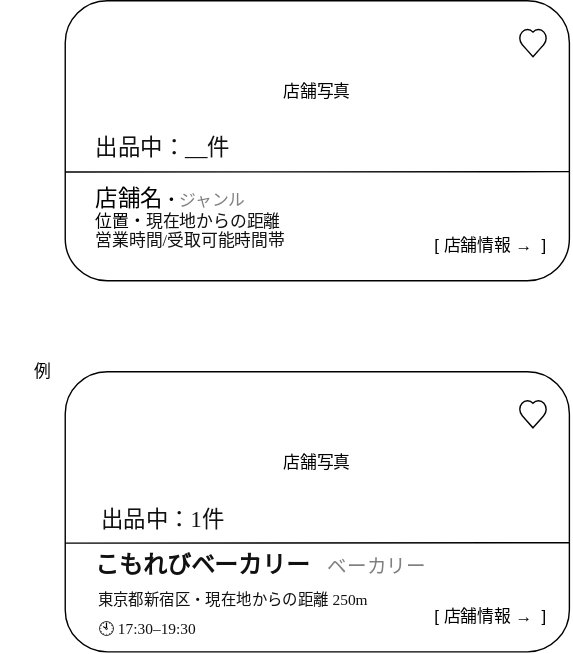
bbudootan/food-loss-graduation-project keeps this draw.io diagram as docs/design/02_wireframes/01_user/01_homepage/v5/store_card.svg. Above is the earlier version. Source tidied: cells renumbered, new cells last; positions are measured from the earlier drawing's top-left corner, leaving out a move shared by most shapes. Source of this version:
```xml
<mxGraphModel>
  <root>
    <mxCell id="0" />
    <mxCell id="1" parent="0" />
    <mxCell id="2" style="rounded=1;whiteSpace=wrap;html=1;roundedPerimeter=1;" parent="1" vertex="1">
      <mxGeometry x="46" width="360" height="200" as="geometry" />
    </mxCell>
    <mxCell id="3" value="店舗写真" style="text;html=1;whiteSpace=wrap;strokeColor=none;fillColor=none;align=center;verticalAlign=middle;rounded=0;" parent="1" vertex="1">
      <mxGeometry x="196" y="50" width="60" height="30" as="geometry" />
    </mxCell>
    <mxCell id="4" value="&lt;font style=&quot;font-size: 16px;&quot;&gt;店舗名&lt;/font&gt;・&lt;span style=&quot;color: rgb(128, 128, 128);&quot;&gt;ジャンル&lt;/span&gt;&lt;div&gt;位置&lt;font&gt;・&lt;span style=&quot;background-color: rgb(255, 255, 255); color: rgb(17, 17, 17); font-family: &amp;quot;Noto Sans JP&amp;quot;;&quot;&gt;現在地からの距離&lt;/span&gt;&lt;/font&gt;&lt;/div&gt;&lt;div&gt;&lt;font&gt;&lt;span style=&quot;background-color: rgb(255, 255, 255); color: rgb(17, 17, 17); font-family: &amp;quot;Noto Sans JP&amp;quot;;&quot;&gt;営業時間/&lt;/span&gt;&lt;/font&gt;&lt;span style=&quot;background-color: rgb(255, 255, 255); color: rgb(17, 17, 17); font-family: &amp;quot;Noto Sans JP&amp;quot;;&quot;&gt;&lt;font&gt;受取可能時間帯&lt;/font&gt;&lt;/span&gt;&lt;/div&gt;" style="text;html=1;whiteSpace=wrap;strokeColor=none;fillColor=none;align=left;verticalAlign=middle;rounded=0;" parent="1" vertex="1">
      <mxGeometry x="66" y="140" width="160" height="30" as="geometry" />
    </mxCell>
    <mxCell id="5" value="&lt;span style=&quot;color: rgb(17, 17, 17); font-family: &amp;quot;Noto Sans JP&amp;quot;; font-size: medium; text-align: start; background-color: rgb(255, 255, 255);&quot;&gt;出品中：__件&lt;/span&gt;" style="text;html=1;whiteSpace=wrap;strokeColor=none;fillColor=none;align=center;verticalAlign=middle;rounded=0;" parent="1" vertex="1">
      <mxGeometry x="66" y="90" width="100" height="30" as="geometry" />
    </mxCell>
    <mxCell id="6" style="verticalLabelPosition=bottom;verticalAlign=top;html=1;shape=mxgraph.basic.heart;" parent="1" vertex="1">
      <mxGeometry x="370" y="20" width="20" height="20" as="geometry" />
    </mxCell>
    <mxCell id="7" value="[ 店舗情報 →&amp;nbsp; ]" style="text;html=1;whiteSpace=wrap;strokeColor=none;fillColor=none;align=center;verticalAlign=middle;rounded=0;" parent="1" vertex="1">
      <mxGeometry x="300" y="160" width="100" height="30" as="geometry" />
    </mxCell>
    <mxCell id="8" style="endArrow=none;html=1;rounded=0;exitX=0.007;exitY=0.61;exitDx=0;exitDy=0;entryX=0.985;entryY=0.607;entryDx=0;entryDy=0;" parent="1" edge="1" source="2" target="2">
      <mxGeometry relative="1" as="geometry" />
    </mxCell>
    <mxCell id="9" style="rounded=1;whiteSpace=wrap;html=1;roundedPerimeter=1;" parent="1" vertex="1">
      <mxGeometry x="46" y="265" width="360" height="200" as="geometry" />
    </mxCell>
    <mxCell id="10" value="店舗写真" style="text;html=1;whiteSpace=wrap;strokeColor=none;fillColor=none;align=center;verticalAlign=middle;rounded=0;" parent="1" vertex="1">
      <mxGeometry x="196" y="315" width="60" height="30" as="geometry" />
    </mxCell>
    <mxCell id="11" value="&lt;h3 style=&quot;box-sizing: border-box; margin: 0px 0px 12px; font-family: &amp;quot;Noto Sans JP&amp;quot;; background-color: rgb(255, 255, 255);&quot;&gt;&lt;font style=&quot;color: light-dark(rgb(17, 17, 17), rgb(223, 223, 223)); font-size: 17px;&quot;&gt;こもれびベーカリー&amp;nbsp; &amp;nbsp;&lt;/font&gt;&lt;span style=&quot;font-weight: normal; color: rgb(128, 128, 128);&quot;&gt;&lt;font style=&quot;font-size: 14px;&quot;&gt;ベーカリー&lt;/font&gt;&lt;/span&gt;&lt;/h3&gt;" style="text;html=1;whiteSpace=wrap;strokeColor=none;fillColor=none;align=left;verticalAlign=middle;rounded=0;autosizeText=1;fontSize=6;" parent="1" vertex="1">
      <mxGeometry x="66" y="395" width="304" height="30" as="geometry" />
    </mxCell>
    <mxCell id="12" value="&lt;span style=&quot;color: rgb(17, 17, 17); font-family: &amp;quot;Noto Sans JP&amp;quot;; font-size: medium; text-align: start; background-color: rgb(255, 255, 255);&quot;&gt;出品中：1件&lt;/span&gt;" style="text;html=1;whiteSpace=wrap;strokeColor=none;fillColor=none;align=center;verticalAlign=middle;rounded=0;" parent="1" vertex="1">
      <mxGeometry x="66" y="355" width="100" height="30" as="geometry" />
    </mxCell>
    <mxCell id="13" style="verticalLabelPosition=bottom;verticalAlign=top;html=1;shape=mxgraph.basic.heart;" parent="1" vertex="1">
      <mxGeometry x="370" y="285" width="20" height="20" as="geometry" />
    </mxCell>
    <mxCell id="14" value="[ 店舗情報 →&amp;nbsp; ]" style="text;html=1;whiteSpace=wrap;strokeColor=none;fillColor=none;align=center;verticalAlign=middle;rounded=0;" parent="1" vertex="1">
      <mxGeometry x="300" y="425" width="100" height="30" as="geometry" />
    </mxCell>
    <mxCell id="15" style="endArrow=none;html=1;rounded=0;exitX=0.007;exitY=0.61;exitDx=0;exitDy=0;entryX=0.985;entryY=0.607;entryDx=0;entryDy=0;" parent="1" edge="1" source="9" target="9">
      <mxGeometry relative="1" as="geometry" />
    </mxCell>
    <mxCell id="16" value="&lt;div style=&quot;font-size: 11px; text-align: left;&quot;&gt;&lt;span style=&quot;color: rgb(128, 128, 128);&quot;&gt;&lt;p style=&quot;box-sizing: border-box; margin: 0px 0px 10px; overflow-wrap: anywhere; color: rgb(17, 17, 17); font-family: &amp;quot;Noto Sans JP&amp;quot;; background-color: rgb(255, 255, 255);&quot;&gt;東京都新宿区・&lt;span style=&quot;background-color: light-dark(rgb(255, 255, 255), rgb(18, 18, 18)); color: light-dark(rgb(17, 17, 17), rgb(223, 223, 223));&quot;&gt;現在地からの距離 250m&lt;/span&gt;&lt;/p&gt;&lt;/span&gt;&lt;/div&gt;" style="text;html=1;whiteSpace=wrap;strokeColor=none;fillColor=none;align=center;verticalAlign=middle;rounded=0;fontSize=14;" parent="1" vertex="1">
      <mxGeometry x="66" y="418" width="200" height="30" as="geometry" />
    </mxCell>
    <mxCell id="17" value="&lt;font face=&quot;Noto Sans JP&quot; style=&quot;font-size: 11px; text-align: left;&quot;&gt;&lt;span style=&quot;background-color: rgb(255, 255, 255);&quot;&gt;🕙 &lt;/span&gt;&lt;/font&gt;&lt;span style=&quot;font-size: 11px; text-align: left; background-color: rgb(255, 255, 255); color: rgb(17, 17, 17); font-family: &amp;quot;Noto Sans JP&amp;quot;;&quot;&gt;17:30–19:30&lt;/span&gt;" style="text;html=1;whiteSpace=wrap;strokeColor=none;fillColor=none;align=center;verticalAlign=middle;rounded=0;" parent="1" vertex="1">
      <mxGeometry x="60" y="434" width="90" height="30" as="geometry" />
    </mxCell>
    <mxCell id="18" value="例" style="text;html=1;whiteSpace=wrap;strokeColor=none;fillColor=none;align=center;verticalAlign=middle;rounded=0;" parent="1" vertex="1">
      <mxGeometry y="250" width="60" height="30" as="geometry" />
    </mxCell>
  </root>
</mxGraphModel>
```
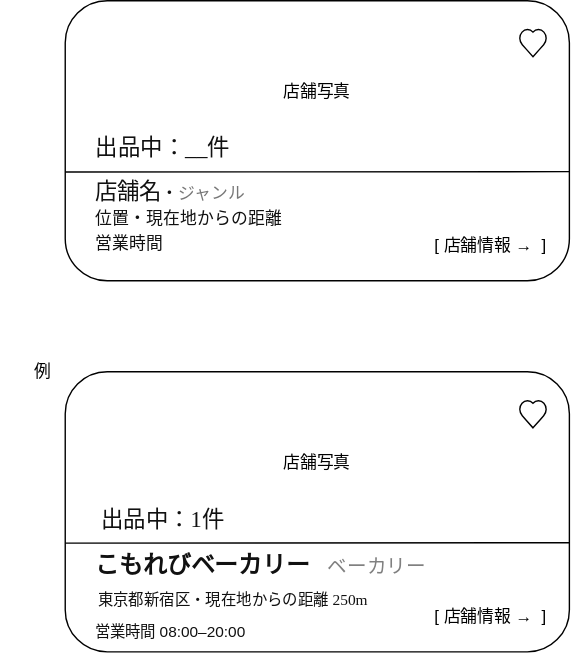
The same file after the commit.

Commit message:
Update homepage v5 card wireframes

Change to the diagram source:
```diff
@@ -8,7 +8,7 @@
     <mxCell id="3" value="店舗写真" style="text;html=1;whiteSpace=wrap;strokeColor=none;fillColor=none;align=center;verticalAlign=middle;rounded=0;" parent="1" vertex="1">
       <mxGeometry x="196" y="50" width="60" height="30" as="geometry" />
     </mxCell>
-    <mxCell id="4" value="&lt;font style=&quot;font-size: 16px;&quot;&gt;店舗名&lt;/font&gt;・&lt;span style=&quot;color: rgb(128, 128, 128);&quot;&gt;ジャンル&lt;/span&gt;&lt;div&gt;位置&lt;font&gt;・&lt;span style=&quot;background-color: rgb(255, 255, 255); color: rgb(17, 17, 17); font-family: &amp;quot;Noto Sans JP&amp;quot;;&quot;&gt;現在地からの距離&lt;/span&gt;&lt;/font&gt;&lt;/div&gt;&lt;div&gt;&lt;font&gt;&lt;span style=&quot;background-color: rgb(255, 255, 255); color: rgb(17, 17, 17); font-family: &amp;quot;Noto Sans JP&amp;quot;;&quot;&gt;営業時間/&lt;/span&gt;&lt;/font&gt;&lt;span style=&quot;background-color: rgb(255, 255, 255); color: rgb(17, 17, 17); font-family: &amp;quot;Noto Sans JP&amp;quot;;&quot;&gt;&lt;font&gt;受取可能時間帯&lt;/font&gt;&lt;/span&gt;&lt;/div&gt;" style="text;html=1;whiteSpace=wrap;strokeColor=none;fillColor=none;align=left;verticalAlign=middle;rounded=0;" parent="1" vertex="1">
+    <mxCell id="4" value="&lt;font style=&quot;font-size: 16px;&quot;&gt;店舗名&lt;/font&gt;・&lt;span style=&quot;color: rgb(128, 128, 128);&quot;&gt;ジャンル&lt;/span&gt;&lt;div&gt;位置&lt;font&gt;・&lt;span style=&quot;background-color: rgb(255, 255, 255); color: rgb(17, 17, 17); font-family: &amp;quot;Noto Sans JP&amp;quot;;&quot;&gt;現在地からの距離&lt;/span&gt;&lt;/font&gt;&lt;/div&gt;&lt;div&gt;&lt;font&gt;&lt;span style=&quot;background-color: rgb(255, 255, 255); color: rgb(17, 17, 17); font-family: &amp;quot;Noto Sans JP&amp;quot;;&quot;&gt;営業時間&lt;/span&gt;&lt;/font&gt;&lt;span style=&quot;background-color: rgb(255, 255, 255); color: rgb(17, 17, 17); font-family: &amp;quot;Noto Sans JP&amp;quot;;&quot;&gt;&lt;font&gt;&lt;/font&gt;&lt;/span&gt;&lt;/div&gt;" style="text;html=1;whiteSpace=wrap;strokeColor=none;fillColor=none;align=left;verticalAlign=middle;rounded=0;" parent="1" vertex="1">
       <mxGeometry x="66" y="140" width="160" height="30" as="geometry" />
     </mxCell>
     <mxCell id="5" value="&lt;span style=&quot;color: rgb(17, 17, 17); font-family: &amp;quot;Noto Sans JP&amp;quot;; font-size: medium; text-align: start; background-color: rgb(255, 255, 255);&quot;&gt;出品中：__件&lt;/span&gt;" style="text;html=1;whiteSpace=wrap;strokeColor=none;fillColor=none;align=center;verticalAlign=middle;rounded=0;" parent="1" vertex="1">
@@ -47,8 +47,8 @@
     <mxCell id="16" value="&lt;div style=&quot;font-size: 11px; text-align: left;&quot;&gt;&lt;span style=&quot;color: rgb(128, 128, 128);&quot;&gt;&lt;p style=&quot;box-sizing: border-box; margin: 0px 0px 10px; overflow-wrap: anywhere; color: rgb(17, 17, 17); font-family: &amp;quot;Noto Sans JP&amp;quot;; background-color: rgb(255, 255, 255);&quot;&gt;東京都新宿区・&lt;span style=&quot;background-color: light-dark(rgb(255, 255, 255), rgb(18, 18, 18)); color: light-dark(rgb(17, 17, 17), rgb(223, 223, 223));&quot;&gt;現在地からの距離 250m&lt;/span&gt;&lt;/p&gt;&lt;/span&gt;&lt;/div&gt;" style="text;html=1;whiteSpace=wrap;strokeColor=none;fillColor=none;align=center;verticalAlign=middle;rounded=0;fontSize=14;" parent="1" vertex="1">
       <mxGeometry x="66" y="418" width="200" height="30" as="geometry" />
     </mxCell>
-    <mxCell id="17" value="&lt;font face=&quot;Noto Sans JP&quot; style=&quot;font-size: 11px; text-align: left;&quot;&gt;&lt;span style=&quot;background-color: rgb(255, 255, 255);&quot;&gt;🕙 &lt;/span&gt;&lt;/font&gt;&lt;span style=&quot;font-size: 11px; text-align: left; background-color: rgb(255, 255, 255); color: rgb(17, 17, 17); font-family: &amp;quot;Noto Sans JP&amp;quot;;&quot;&gt;17:30–19:30&lt;/span&gt;" style="text;html=1;whiteSpace=wrap;strokeColor=none;fillColor=none;align=center;verticalAlign=middle;rounded=0;" parent="1" vertex="1">
-      <mxGeometry x="60" y="434" width="90" height="30" as="geometry" />
+    <mxCell id="17" value="&lt;font face=&quot;Noto Sans JP&quot; style=&quot;font-size: 11px; text-align: left;&quot;&gt;&lt;span style=&quot;background-color: rgb(255, 255, 255);&quot;&gt;営業時間 &lt;/span&gt;&lt;/font&gt;&lt;span style=&quot;font-size: 11px; text-align: left; background-color: rgb(255, 255, 255); color: rgb(17, 17, 17); font-family: &amp;quot;Noto Sans JP&amp;quot;;&quot;&gt;08:00–20:00&lt;/span&gt;" style="text;html=1;whiteSpace=wrap;strokeColor=none;fillColor=none;align=center;verticalAlign=middle;rounded=0;" parent="1" vertex="1">
+      <mxGeometry x="66" y="434" width="180" height="30" as="geometry" />
     </mxCell>
     <mxCell id="18" value="例" style="text;html=1;whiteSpace=wrap;strokeColor=none;fillColor=none;align=center;verticalAlign=middle;rounded=0;" parent="1" vertex="1">
       <mxGeometry y="250" width="60" height="30" as="geometry" />
```
